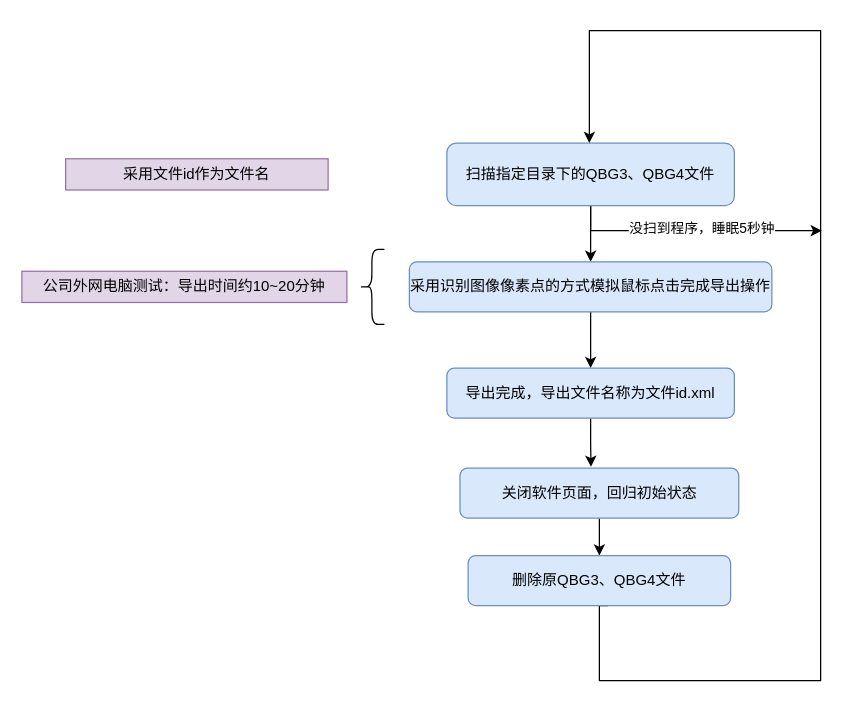
Earlier version of the draw.io diagram draw.io/rpa流程图.drawio (KeatonLi/pictures). Source tidied: cells renumbered, new cells numbered last; positions are measured from the earlier drawing's top-left corner, leaving out a move shared by most shapes. Both pictures are drawn from the tidied source at 125%, with x=0, y=0 at pixel (21, 30).
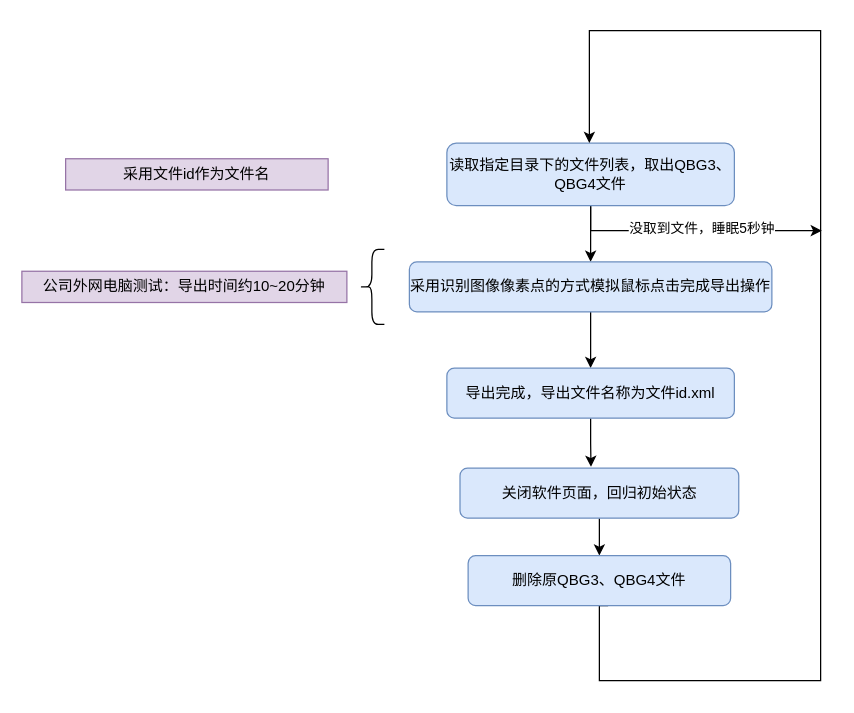
After the change.

Commit message:
更新rpa流程图.drawio

Unchanged cells that the change refers to:
```xml
<mxCell id="3" style="edgeStyle=orthogonalEdgeStyle;rounded=0;jettySize=auto;html=1;" parent="1" edge="1" source="5">
  <mxGeometry relative="1" as="geometry">
    <mxPoint x="640" y="160" as="targetPoint" />
    <Array as="points">
      <mxPoint x="455" y="160" />
    </Array>
  </mxGeometry>
</mxCell>
```

What changed in the source:
```diff
@@
-    <mxCell id="4" value="没扫到程序，睡眠5秒钟" style="edgeLabel;html=1;align=center;verticalAlign=middle;" parent="3" vertex="1">
+    <mxCell id="4" value="没取到文件，睡眠5秒钟" style="edgeLabel;html=1;align=center;verticalAlign=middle;" parent="3" vertex="1">
       <mxGeometry x="0.05" y="3" relative="1" as="geometry" />
     </mxCell>
-    <mxCell id="5" value="扫描指定目录下的QBG3、QBG4文件" style="rounded=1;whiteSpace=wrap;html=1;fillColor=#dae8fc;strokeColor=#6c8ebf;" parent="1" vertex="1">
+    <mxCell id="5" value="读取指定目录下的文件列表，取出QBG3、QBG4文件" style="rounded=1;whiteSpace=wrap;html=1;fillColor=#dae8fc;strokeColor=#6c8ebf;" parent="1" vertex="1">
       <mxGeometry x="340" y="90" width="230" height="50" as="geometry" />
     </mxCell>
```
